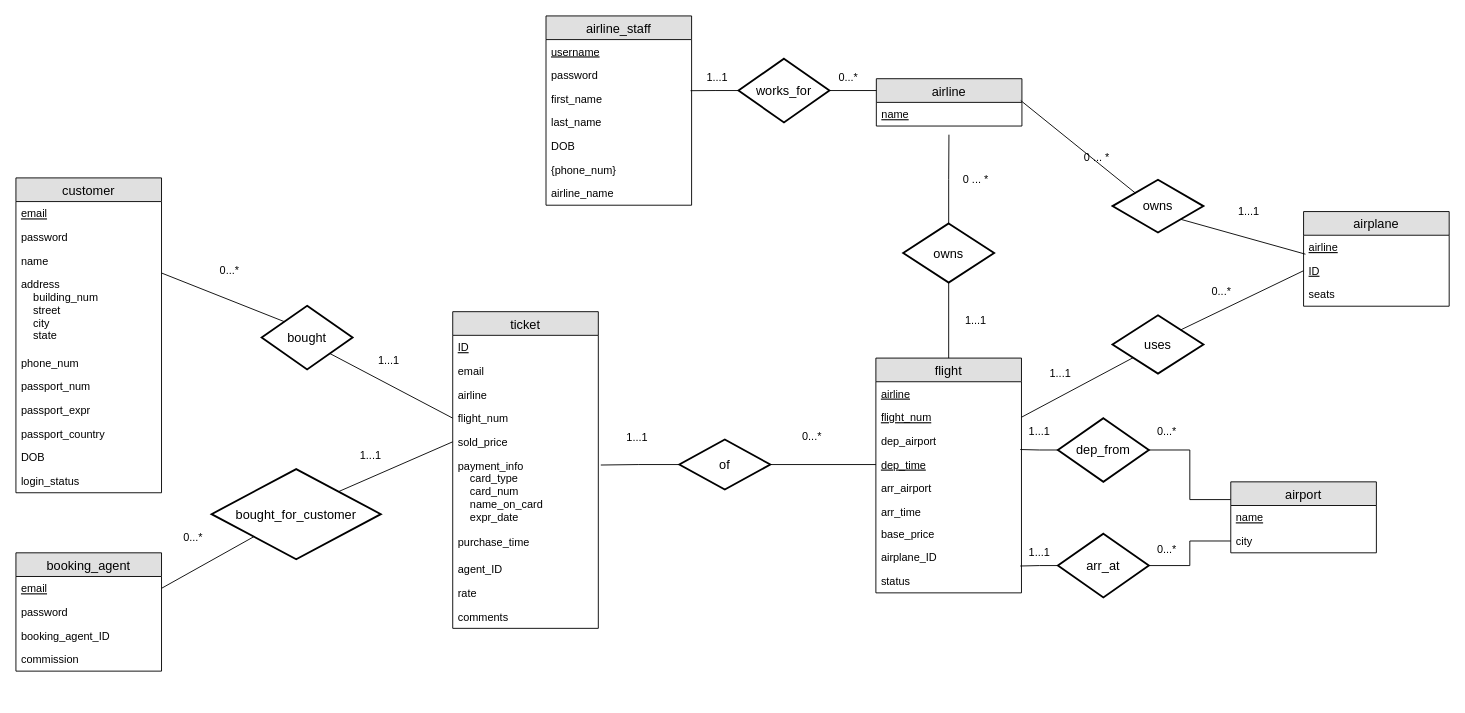
Earlier version of the draw.io diagram ER Diagram.drawio (RomolaZhang/Databases). Source tidied: cells renumbered, new cells numbered last; positions are measured from the earlier drawing's top-left corner, leaving out a move shared by most shapes. Both pictures are drawn from the tidied source at 91%, with x=0, y=0 at pixel (15, 15).
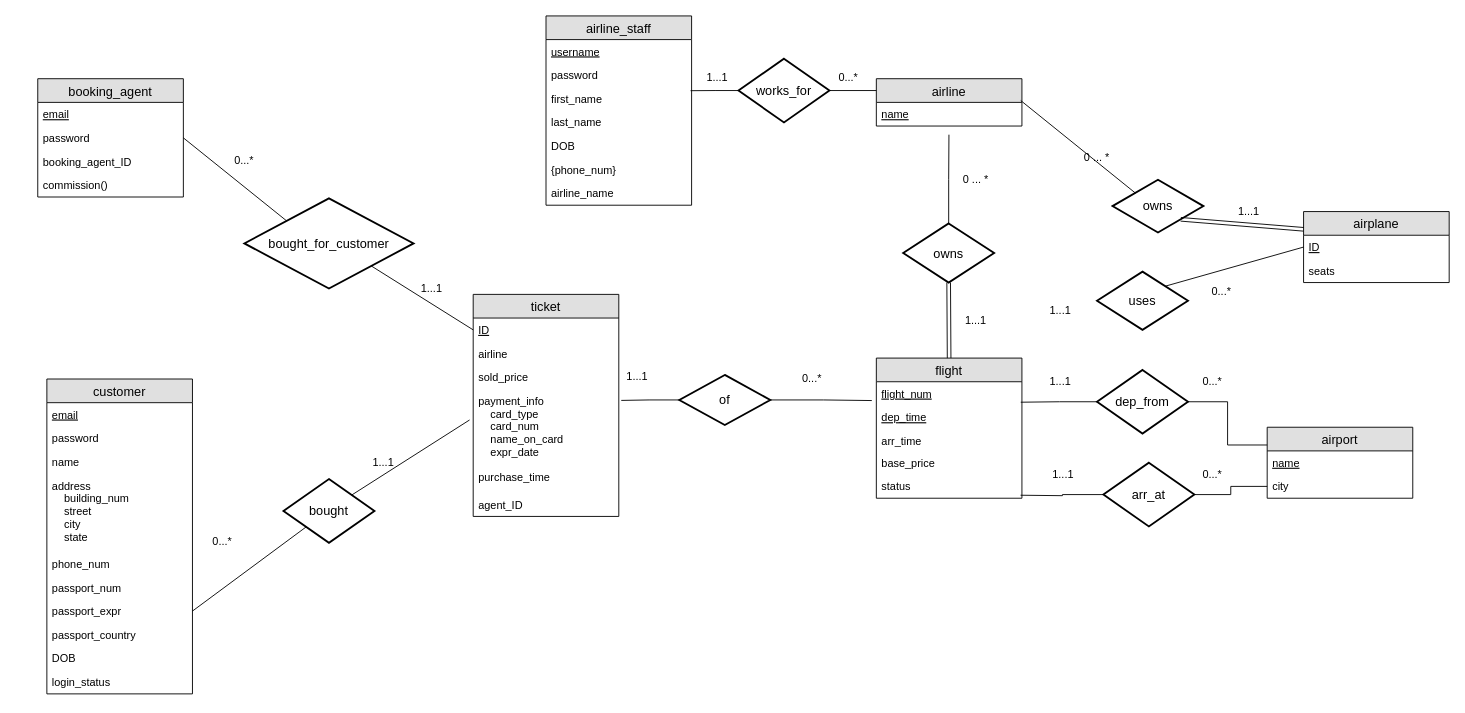
The same diagram, later.

The change refers to these unchanged cells:
```xml
<mxCell id="5" value="airline" style="swimlane;fontStyle=0;horizontal=1;startSize=26;fillColor=#e0e0e0;swimlaneFillColor=#ffffff;align=center;fontSize=14;" parent="1" vertex="1">
  <mxGeometry x="945.5" y="69" width="160" height="52" as="geometry" />
</mxCell>
<mxCell id="11" value="owns" style="shape=rhombus;strokeWidth=2;fontSize=17;perimeter=rhombusPerimeter;whiteSpace=wrap;html=1;align=center;fontSize=14;" parent="1" vertex="1">
  <mxGeometry x="1205" y="180" width="100" height="58" as="geometry" />
</mxCell>
<mxCell id="25" value="ID" style="text;strokeColor=none;fillColor=none;spacingLeft=4;spacingRight=4;overflow=hidden;points=[[0,0.5],[1,0.5]];portConstraint=eastwest;fontSize=12;fontStyle=4;" parent="24" vertex="1">
  <mxGeometry y="26" width="160" height="26" as="geometry" />
</mxCell>
<mxCell id="36" value="email" style="text;strokeColor=none;fillColor=none;spacingLeft=4;spacingRight=4;overflow=hidden;points=[[0,0.5],[1,0.5]];portConstraint=eastwest;fontSize=12;fontStyle=4;" parent="35" vertex="1">
  <mxGeometry y="26" width="160" height="26" as="geometry" />
</mxCell>
<mxCell id="37" value="password" style="text;strokeColor=none;fillColor=none;spacingLeft=4;spacingRight=4;overflow=hidden;points=[[0,0.5],[1,0.5]];portConstraint=eastwest;fontSize=12;" parent="35" vertex="1">
  <mxGeometry y="52" width="160" height="26" as="geometry" />
</mxCell>
<mxCell id="50" value="owns" style="shape=rhombus;strokeWidth=2;fontSize=17;perimeter=rhombusPerimeter;whiteSpace=wrap;html=1;align=center;fontSize=14;" parent="1" vertex="1">
  <mxGeometry x="975" y="228" width="100" height="65" as="geometry" />
</mxCell>
<mxCell id="58" value="passport_expr" style="text;strokeColor=none;fillColor=none;spacingLeft=4;spacingRight=4;overflow=hidden;points=[[0,0.5],[1,0.5]];portConstraint=eastwest;fontSize=12;" parent="51" vertex="1">
  <mxGeometry y="242" width="160" height="26" as="geometry" />
</mxCell>
<mxCell id="98" value="works_for" style="shape=rhombus;strokeWidth=2;fontSize=17;perimeter=rhombusPerimeter;whiteSpace=wrap;html=1;align=center;fontSize=14;" parent="1" vertex="1">
  <mxGeometry x="794" y="47" width="100" height="70" as="geometry" />
</mxCell>
```

Change to the diagram source:
```diff
@@
     <mxCell id="2" value="airport" style="swimlane;fontStyle=0;horizontal=1;startSize=26;fillColor=#e0e0e0;swimlaneFillColor=#ffffff;align=center;fontSize=14;" parent="1" vertex="1">
-      <mxGeometry x="1335" y="512" width="160" height="78" as="geometry" />
+      <mxGeometry x="1375" y="452" width="160" height="78" as="geometry" />
     </mxCell>
@@
     <mxCell id="7" value="airplane" style="swimlane;fontStyle=0;horizontal=1;startSize=26;fillColor=#e0e0e0;swimlaneFillColor=#ffffff;align=center;fontSize=14;" parent="1" vertex="1">
-      <mxGeometry x="1415" y="215" width="160" height="104" as="geometry" />
+      <mxGeometry x="1415" y="215" width="160" height="78" as="geometry" />
     </mxCell>
-    <mxCell id="8" value="airline" style="text;strokeColor=none;fillColor=none;spacingLeft=4;spacingRight=4;overflow=hidden;fontSize=12;fontStyle=4;" parent="7" vertex="1">
-      <mxGeometry y="26" width="160" height="26" as="geometry" />
-    </mxCell>
     <mxCell id="9" value="ID" style="text;strokeColor=none;fillColor=none;spacingLeft=4;spacingRight=4;overflow=hidden;points=[[0,0.5],[1,0.5]];portConstraint=eastwest;fontSize=12;fontStyle=4;" parent="7" vertex="1">
-      <mxGeometry y="52" width="160" height="26" as="geometry" />
+      <mxGeometry y="26" width="160" height="26" as="geometry" />
     </mxCell>
     <mxCell id="10" value="seats" style="text;strokeColor=none;fillColor=none;spacingLeft=4;spacingRight=4;overflow=hidden;fontSize=12;" parent="7" vertex="1">
-      <mxGeometry y="78" width="160" height="26" as="geometry" />
+      <mxGeometry y="52" width="160" height="26" as="geometry" />
     </mxCell>
@@
     <mxCell id="14" value="flight" style="swimlane;fontStyle=0;horizontal=1;startSize=26;fillColor=#e0e0e0;swimlaneFillColor=#ffffff;align=center;fontSize=14;" parent="1" vertex="1">
-      <mxGeometry x="945" y="376" width="160" height="258" as="geometry" />
+      <mxGeometry x="945.5" y="376" width="160" height="154" as="geometry" />
     </mxCell>
-    <mxCell id="15" value="airline" style="text;strokeColor=none;fillColor=none;spacingLeft=4;spacingRight=4;overflow=hidden;fontSize=12;fontStyle=4;" parent="14" vertex="1">
-      <mxGeometry y="26" width="160" height="26" as="geometry" />
-    </mxCell>
     <mxCell id="16" value="flight_num" style="text;strokeColor=none;fillColor=none;spacingLeft=4;spacingRight=4;overflow=hidden;points=[[0,0.5],[1,0.5]];portConstraint=eastwest;fontSize=12;fontStyle=4;" parent="14" vertex="1">
-      <mxGeometry y="52" width="160" height="26" as="geometry" />
+      <mxGeometry y="26" width="160" height="26" as="geometry" />
     </mxCell>
-    <mxCell id="17" value="dep_airport" style="text;strokeColor=none;fillColor=none;spacingLeft=4;spacingRight=4;overflow=hidden;fontSize=12;" parent="14" vertex="1">
-      <mxGeometry y="78" width="160" height="26" as="geometry" />
-    </mxCell>
     <mxCell id="18" value="dep_time&#10;" style="text;strokeColor=none;fillColor=none;spacingLeft=4;spacingRight=4;overflow=hidden;points=[[0,0.5],[1,0.5]];portConstraint=eastwest;fontSize=12;fontStyle=4;" parent="14" vertex="1">
-      <mxGeometry y="104" width="160" height="26" as="geometry" />
+      <mxGeometry y="52" width="160" height="26" as="geometry" />
     </mxCell>
-    <mxCell id="19" value="arr_airport" style="text;strokeColor=none;fillColor=none;spacingLeft=4;spacingRight=4;overflow=hidden;fontSize=12;" parent="14" vertex="1">
-      <mxGeometry y="130" width="160" height="26" as="geometry" />
-    </mxCell>
     <mxCell id="20" value="arr_time&#10;" style="text;strokeColor=none;fillColor=none;spacingLeft=4;spacingRight=4;overflow=hidden;fontSize=12;" parent="14" vertex="1">
-      <mxGeometry y="156" width="160" height="24" as="geometry" />
+      <mxGeometry y="78" width="160" height="24" as="geometry" />
     </mxCell>
     <mxCell id="21" value="base_price" style="text;strokeColor=none;fillColor=none;spacingLeft=4;spacingRight=4;overflow=hidden;fontSize=12;" parent="14" vertex="1">
-      <mxGeometry y="180" width="160" height="26" as="geometry" />
+      <mxGeometry y="102" width="160" height="26" as="geometry" />
     </mxCell>
-    <mxCell id="22" value="airplane_ID" style="text;strokeColor=none;fillColor=none;spacingLeft=4;spacingRight=4;overflow=hidden;points=[[0,0.5],[1,0.5]];portConstraint=eastwest;fontSize=12;" parent="14" vertex="1">
-      <mxGeometry y="206" width="160" height="26" as="geometry" />
-    </mxCell>
     <mxCell id="23" value="status" style="text;strokeColor=none;fillColor=none;spacingLeft=4;spacingRight=4;overflow=hidden;fontSize=12;" parent="14" vertex="1">
-      <mxGeometry y="232" width="160" height="26" as="geometry" />
+      <mxGeometry y="128" width="160" height="26" as="geometry" />
     </mxCell>
     <mxCell id="24" value="ticket" style="swimlane;fontStyle=0;horizontal=1;startSize=26;fillColor=#e0e0e0;swimlaneFillColor=#ffffff;align=center;fontSize=14;" parent="1" vertex="1">
-      <mxGeometry x="480" y="325" width="160" height="348" as="geometry" />
+      <mxGeometry x="502.5" y="306" width="160" height="244" as="geometry" />
     </mxCell>
@@
-    <mxCell id="26" value="email" style="text;strokeColor=none;fillColor=none;spacingLeft=4;spacingRight=4;overflow=hidden;fontSize=12;" parent="24" vertex="1">
-      <mxGeometry y="52" width="160" height="26" as="geometry" />
-    </mxCell>
     <mxCell id="27" value="airline" style="text;strokeColor=none;fillColor=none;spacingLeft=4;spacingRight=4;overflow=hidden;fontSize=12;" parent="24" vertex="1">
-      <mxGeometry y="78" width="160" height="26" as="geometry" />
+      <mxGeometry y="52" width="160" height="26" as="geometry" />
     </mxCell>
-    <mxCell id="28" value="flight_num" style="text;strokeColor=none;fillColor=none;spacingLeft=4;spacingRight=4;overflow=hidden;points=[[0,0.5],[1,0.5]];portConstraint=eastwest;fontSize=12;" parent="24" vertex="1">
-      <mxGeometry y="104" width="160" height="26" as="geometry" />
-    </mxCell>
     <mxCell id="29" value="sold_price" style="text;strokeColor=none;fillColor=none;spacingLeft=4;spacingRight=4;overflow=hidden;points=[[0,0.5],[1,0.5]];portConstraint=eastwest;fontSize=12;" parent="24" vertex="1">
-      <mxGeometry y="130" width="160" height="26" as="geometry" />
+      <mxGeometry y="78" width="160" height="26" as="geometry" />
     </mxCell>
     <mxCell id="30" value="payment_info&#10;    card_type&#10;    card_num&#10;    name_on_card&#10;    expr_date" style="text;strokeColor=none;fillColor=none;spacingLeft=4;spacingRight=4;overflow=hidden;points=[[0,0.5],[1,0.5]];portConstraint=eastwest;fontSize=12;" parent="24" vertex="1">
-      <mxGeometry y="156" width="160" height="84" as="geometry" />
+      <mxGeometry y="104" width="160" height="84" as="geometry" />
     </mxCell>
     <mxCell id="31" value="purchase_time" style="text;strokeColor=none;fillColor=none;spacingLeft=4;spacingRight=4;overflow=hidden;fontSize=12;" parent="24" vertex="1">
-      <mxGeometry y="240" width="160" height="30" as="geometry" />
+      <mxGeometry y="188" width="160" height="30" as="geometry" />
     </mxCell>
     <mxCell id="32" value="agent_ID" style="text;strokeColor=none;fillColor=none;spacingLeft=4;spacingRight=4;overflow=hidden;fontSize=12;" parent="24" vertex="1">
-      <mxGeometry y="270" width="160" height="26" as="geometry" />
+      <mxGeometry y="218" width="160" height="26" as="geometry" />
     </mxCell>
-    <mxCell id="33" value="rate" style="text;strokeColor=none;fillColor=none;spacingLeft=4;spacingRight=4;overflow=hidden;fontSize=12;" parent="24" vertex="1">
-      <mxGeometry y="296" width="160" height="26" as="geometry" />
-    </mxCell>
-    <mxCell id="34" value="comments" style="text;strokeColor=none;fillColor=none;spacingLeft=4;spacingRight=4;overflow=hidden;fontSize=12;" parent="24" vertex="1">
-      <mxGeometry y="322" width="160" height="26" as="geometry" />
-    </mxCell>
     <mxCell id="35" value="booking_agent" style="swimlane;fontStyle=0;horizontal=1;startSize=26;fillColor=#e0e0e0;swimlaneFillColor=#ffffff;align=center;fontSize=14;" parent="1" vertex="1">
-      <mxGeometry y="590" width="160" height="130" as="geometry" />
+      <mxGeometry x="24" y="69" width="160" height="130" as="geometry" />
     </mxCell>
@@
-    <mxCell id="39" value="commission" style="text;strokeColor=none;fillColor=none;spacingLeft=4;spacingRight=4;overflow=hidden;fontSize=12;" parent="35" vertex="1">
+    <mxCell id="39" value="commission()" style="text;strokeColor=none;fillColor=none;spacingLeft=4;spacingRight=4;overflow=hidden;fontSize=12;" parent="35" vertex="1">
       <mxGeometry y="104" width="160" height="26" as="geometry" />
     </mxCell>
@@
-    <mxCell id="48" style="edgeStyle=orthogonalEdgeStyle;rounded=0;jettySize=auto;html=1;exitX=0.5;exitY=1;exitDx=0;exitDy=0;entryX=0.5;entryY=0;entryDx=0;entryDy=0;endArrow=none;endFill=0;" parent="1" edge="1" source="50" target="14">
-      <mxGeometry relative="1" as="geometry" />
-    </mxCell>
@@
     <mxCell id="51" value="customer" style="swimlane;fontStyle=0;horizontal=1;startSize=26;fillColor=#e0e0e0;swimlaneFillColor=#ffffff;align=center;fontSize=14;" parent="1" vertex="1">
-      <mxGeometry y="178" width="160" height="346" as="geometry" />
+      <mxGeometry x="34" y="399" width="160" height="346" as="geometry" />
     </mxCell>
@@
     <mxCell id="64" value="dep_from" style="shape=rhombus;strokeWidth=2;fontSize=17;perimeter=rhombusPerimeter;whiteSpace=wrap;html=1;align=center;fontSize=14;" parent="1" vertex="1">
-      <mxGeometry x="1145" y="442" width="100" height="70" as="geometry" />
+      <mxGeometry x="1188" y="389" width="100" height="70" as="geometry" />
     </mxCell>
-    <mxCell id="65" style="edgeStyle=orthogonalEdgeStyle;rounded=0;jettySize=auto;html=1;exitX=0;exitY=0.5;exitDx=0;exitDy=0;entryX=0.992;entryY=0.865;entryDx=0;entryDy=0;entryPerimeter=0;endArrow=none;endFill=0;" parent="1" edge="1" source="67" target="22">
-      <mxGeometry relative="1" as="geometry" />
+    <mxCell id="65" style="edgeStyle=orthogonalEdgeStyle;rounded=0;jettySize=auto;html=1;exitX=0;exitY=0.5;exitDx=0;exitDy=0;entryX=0.992;entryY=0.865;entryDx=0;entryDy=0;entryPerimeter=0;endArrow=none;endFill=0;" parent="1" edge="1" source="67">
+      <mxGeometry relative="1" as="geometry">
+        <mxPoint x="1104" y="526.7" as="targetPoint" />
+      </mxGeometry>
     </mxCell>
@@
     <mxCell id="67" value="arr_at" style="shape=rhombus;strokeWidth=2;fontSize=17;perimeter=rhombusPerimeter;whiteSpace=wrap;html=1;align=center;fontSize=14;" parent="1" vertex="1">
-      <mxGeometry x="1145" y="569" width="100" height="70" as="geometry" />
+      <mxGeometry x="1195" y="491" width="100" height="70" as="geometry" />
     </mxCell>
     <mxCell id="68" value="1...1" style="text;html=1;strokeColor=none;fillColor=none;align=center;verticalAlign=middle;whiteSpace=wrap;rounded=0;" parent="1" vertex="1">
-      <mxGeometry x="1105" y="447" width="40" height="20" as="geometry" />
+      <mxGeometry x="1128" y="392" width="40" height="20" as="geometry" />
     </mxCell>
     <mxCell id="69" value="0...*" style="text;html=1;strokeColor=none;fillColor=none;align=center;verticalAlign=middle;whiteSpace=wrap;rounded=0;" parent="1" vertex="1">
-      <mxGeometry x="1245" y="447" width="40" height="20" as="geometry" />
+      <mxGeometry x="1295" y="392" width="40" height="20" as="geometry" />
     </mxCell>
     <mxCell id="70" value="1...1" style="text;html=1;strokeColor=none;fillColor=none;align=center;verticalAlign=middle;whiteSpace=wrap;rounded=0;" parent="1" vertex="1">
-      <mxGeometry x="1105" y="580" width="40" height="20" as="geometry" />
+      <mxGeometry x="1130.5" y="494" width="40" height="20" as="geometry" />
     </mxCell>
     <mxCell id="71" value="0...*" style="text;html=1;strokeColor=none;fillColor=none;align=center;verticalAlign=middle;whiteSpace=wrap;rounded=0;" parent="1" vertex="1">
-      <mxGeometry x="1245" y="577" width="40" height="20" as="geometry" />
+      <mxGeometry x="1295" y="494" width="40" height="20" as="geometry" />
     </mxCell>
-    <mxCell id="72" style="endArrow=none;html=1;exitX=1;exitY=1;exitDx=0;exitDy=0;entryX=0.013;entryY=-0.199;entryDx=0;entryDy=0;entryPerimeter=0;" parent="1" edge="1" source="11" target="9">
-      <mxGeometry relative="1" as="geometry" />
-    </mxCell>
@@
     <mxCell id="74" value="uses" style="shape=rhombus;strokeWidth=2;fontSize=17;perimeter=rhombusPerimeter;whiteSpace=wrap;html=1;align=center;fontSize=14;" parent="1" vertex="1">
-      <mxGeometry x="1205" y="329" width="100" height="64" as="geometry" />
+      <mxGeometry x="1188" y="281" width="100" height="64" as="geometry" />
     </mxCell>
@@
-    <mxCell id="76" style="endArrow=none;html=1;exitX=1;exitY=0.5;exitDx=0;exitDy=0;" parent="1" edge="1" source="16" target="74">
-      <mxGeometry relative="1" as="geometry" />
-    </mxCell>
@@
     <mxCell id="79" value="1...1" style="text;html=1;strokeColor=none;fillColor=none;align=center;verticalAlign=middle;whiteSpace=wrap;rounded=0;" parent="1" vertex="1">
-      <mxGeometry x="1128" y="383" width="40" height="20" as="geometry" />
+      <mxGeometry x="1128" y="314" width="40" height="20" as="geometry" />
     </mxCell>
@@
+    <mxCell id="82" style="edgeStyle=orthogonalEdgeStyle;rounded=0;jettySize=auto;html=1;exitX=0;exitY=0.5;exitDx=0;exitDy=0;entryX=1.017;entryY=0.149;entryDx=0;entryDy=0;entryPerimeter=0;endArrow=none;endFill=0;" parent="1" edge="1" source="83" target="30">
+      <mxGeometry relative="1" as="geometry" />
+    </mxCell>
-    <mxCell id="81" style="edgeStyle=orthogonalEdgeStyle;rounded=0;jettySize=auto;html=1;exitX=1;exitY=0.5;exitDx=0;exitDy=0;endArrow=none;endFill=0;entryX=0;entryY=0.5;entryDx=0;entryDy=0;" parent="1" edge="1" source="83" target="18">
+    <mxCell id="81" style="edgeStyle=orthogonalEdgeStyle;rounded=0;jettySize=auto;html=1;exitX=1;exitY=0.5;exitDx=0;exitDy=0;entryX=-0.031;entryY=-0.205;entryDx=0;entryDy=0;entryPerimeter=0;endArrow=none;endFill=0;" parent="1" edge="1" source="83" target="18">
       <mxGeometry relative="1" as="geometry" />
     </mxCell>
-    <mxCell id="82" style="edgeStyle=orthogonalEdgeStyle;rounded=0;jettySize=auto;html=1;exitX=0;exitY=0.5;exitDx=0;exitDy=0;entryX=1.017;entryY=0.149;entryDx=0;entryDy=0;entryPerimeter=0;endArrow=none;endFill=0;" parent="1" edge="1" source="83" target="30">
-      <mxGeometry relative="1" as="geometry" />
-    </mxCell>
     <mxCell id="83" value="of" style="shape=rhombus;strokeWidth=2;fontSize=17;perimeter=rhombusPerimeter;whiteSpace=wrap;html=1;align=center;fontSize=14;" parent="1" vertex="1">
-      <mxGeometry x="729" y="465.5" width="100" height="55" as="geometry" />
+      <mxGeometry x="729" y="394.5" width="100" height="55" as="geometry" />
     </mxCell>
     <mxCell id="84" value="1...1" style="text;html=1;strokeColor=none;fillColor=none;align=center;verticalAlign=middle;whiteSpace=wrap;rounded=0;" parent="1" vertex="1">
-      <mxGeometry x="662.5" y="454" width="40" height="20" as="geometry" />
+      <mxGeometry x="663" y="387" width="40" height="20" as="geometry" />
     </mxCell>
     <mxCell id="85" value="0...*" style="text;html=1;strokeColor=none;fillColor=none;align=center;verticalAlign=middle;whiteSpace=wrap;rounded=0;" parent="1" vertex="1">
-      <mxGeometry x="855" y="452.5" width="40" height="20" as="geometry" />
+      <mxGeometry x="855" y="389" width="40" height="20" as="geometry" />
     </mxCell>
     <mxCell id="86" value="bought" style="shape=rhombus;strokeWidth=2;fontSize=17;perimeter=rhombusPerimeter;whiteSpace=wrap;html=1;align=center;fontSize=14;" parent="1" vertex="1">
-      <mxGeometry x="270" y="318.5" width="100" height="70" as="geometry" />
+      <mxGeometry x="294" y="509" width="100" height="70" as="geometry" />
     </mxCell>
-    <mxCell id="87" style="endArrow=none;html=1;entryX=0;entryY=0;entryDx=0;entryDy=0;" parent="1" edge="1" target="86">
-      <mxGeometry relative="1" as="geometry">
-        <mxPoint x="160" y="282.5" as="sourcePoint" />
-      </mxGeometry>
-    </mxCell>
-    <mxCell id="88" style="endArrow=none;html=1;entryX=1;entryY=1;entryDx=0;entryDy=0;exitX=0;exitY=0.5;exitDx=0;exitDy=0;" parent="1" edge="1" source="28" target="86">
-      <mxGeometry relative="1" as="geometry" />
-    </mxCell>
     <mxCell id="89" value="0...*" style="text;html=1;strokeColor=none;fillColor=none;align=center;verticalAlign=middle;whiteSpace=wrap;rounded=0;" parent="1" vertex="1">
-      <mxGeometry x="215" y="270" width="40" height="20" as="geometry" />
+      <mxGeometry x="231" y="149" width="40" height="20" as="geometry" />
     </mxCell>
     <mxCell id="90" value="1...1" style="text;html=1;strokeColor=none;fillColor=none;align=center;verticalAlign=middle;whiteSpace=wrap;rounded=0;" parent="1" vertex="1">
-      <mxGeometry x="390" y="369" width="40" height="20" as="geometry" />
+      <mxGeometry x="437" y="289.5" width="40" height="20" as="geometry" />
     </mxCell>
     <mxCell id="91" value="bought_for_customer" style="shape=rhombus;strokeWidth=2;fontSize=17;perimeter=rhombusPerimeter;whiteSpace=wrap;html=1;align=center;fontSize=14;" parent="1" vertex="1">
-      <mxGeometry x="215" y="498" width="186" height="99" as="geometry" />
+      <mxGeometry x="251" y="200.5" width="186" height="99" as="geometry" />
     </mxCell>
-    <mxCell id="92" style="endArrow=none;html=1;entryX=0;entryY=1;entryDx=0;entryDy=0;exitX=1;exitY=0.5;exitDx=0;exitDy=0;" parent="1" edge="1" source="36" target="91">
-      <mxGeometry relative="1" as="geometry" />
-    </mxCell>
-    <mxCell id="93" style="endArrow=none;html=1;entryX=0;entryY=0.5;entryDx=0;entryDy=0;exitX=1;exitY=0;exitDx=0;exitDy=0;" parent="1" edge="1" source="91" target="29">
-      <mxGeometry relative="1" as="geometry" />
-    </mxCell>
     <mxCell id="94" value="0...*" style="text;html=1;strokeColor=none;fillColor=none;align=center;verticalAlign=middle;whiteSpace=wrap;rounded=0;" parent="1" vertex="1">
-      <mxGeometry x="175" y="564" width="40" height="20" as="geometry" />
+      <mxGeometry x="207" y="568" width="40" height="20" as="geometry" />
     </mxCell>
     <mxCell id="95" value="1...1" style="text;html=1;strokeColor=none;fillColor=none;align=center;verticalAlign=middle;whiteSpace=wrap;rounded=0;" parent="1" vertex="1">
-      <mxGeometry x="370" y="472.5" width="40" height="20" as="geometry" />
+      <mxGeometry x="384" y="481" width="40" height="20" as="geometry" />
     </mxCell>
@@
-    <mxCell id="97" style="edgeStyle=orthogonalEdgeStyle;rounded=0;jettySize=auto;html=1;exitX=1;exitY=0.5;exitDx=0;exitDy=0;entryX=0;entryY=0.25;entryDx=0;entryDy=0;endArrow=none;endFill=0;" parent="1" edge="1" source="98" target="5">
-      <mxGeometry relative="1" as="geometry" />
-    </mxCell>
@@
+    <mxCell id="101" style="shape=link;html=1;endArrow=none;endFill=0;entryX=0;entryY=0.25;entryDx=0;entryDy=0;exitX=1;exitY=1;exitDx=0;exitDy=0;" parent="1" edge="1" source="11" target="7">
+      <mxGeometry relative="1" as="geometry" />
+    </mxCell>
+    <mxCell id="97" style="endArrow=none;html=1;entryX=0;entryY=0.25;entryDx=0;entryDy=0;exitX=1;exitY=0.5;exitDx=0;exitDy=0;" parent="1" edge="1" source="98" target="5">
+      <mxGeometry relative="1" as="geometry" />
+    </mxCell>
+    <mxCell id="102" style="shape=link;html=1;endArrow=none;endFill=0;entryX=0.5;entryY=1;entryDx=0;entryDy=0;exitX=0.5;exitY=0;exitDx=0;exitDy=0;" parent="1" edge="1" source="14" target="50">
+      <mxGeometry relative="1" as="geometry" />
+    </mxCell>
+    <mxCell id="103" style="endArrow=none;html=1;exitX=1;exitY=0.5;exitDx=0;exitDy=0;entryX=0;entryY=0;entryDx=0;entryDy=0;" parent="1" edge="1" source="37" target="91">
+      <mxGeometry relative="1" as="geometry" />
+    </mxCell>
+    <mxCell id="104" style="endArrow=none;html=1;exitX=1;exitY=1;exitDx=0;exitDy=0;entryX=0;entryY=0.5;entryDx=0;entryDy=0;" parent="1" edge="1" source="91" target="25">
+      <mxGeometry relative="1" as="geometry" />
+    </mxCell>
+    <mxCell id="105" style="endArrow=none;html=1;entryX=0;entryY=1;entryDx=0;entryDy=0;exitX=1;exitY=0.5;exitDx=0;exitDy=0;" parent="1" edge="1" source="58" target="86">
+      <mxGeometry relative="1" as="geometry" />
+    </mxCell>
+    <mxCell id="106" style="endArrow=none;html=1;entryX=-0.025;entryY=0.405;entryDx=0;entryDy=0;entryPerimeter=0;exitX=1;exitY=0;exitDx=0;exitDy=0;" parent="1" edge="1" source="86" target="30">
+      <mxGeometry relative="1" as="geometry" />
+    </mxCell>
```
